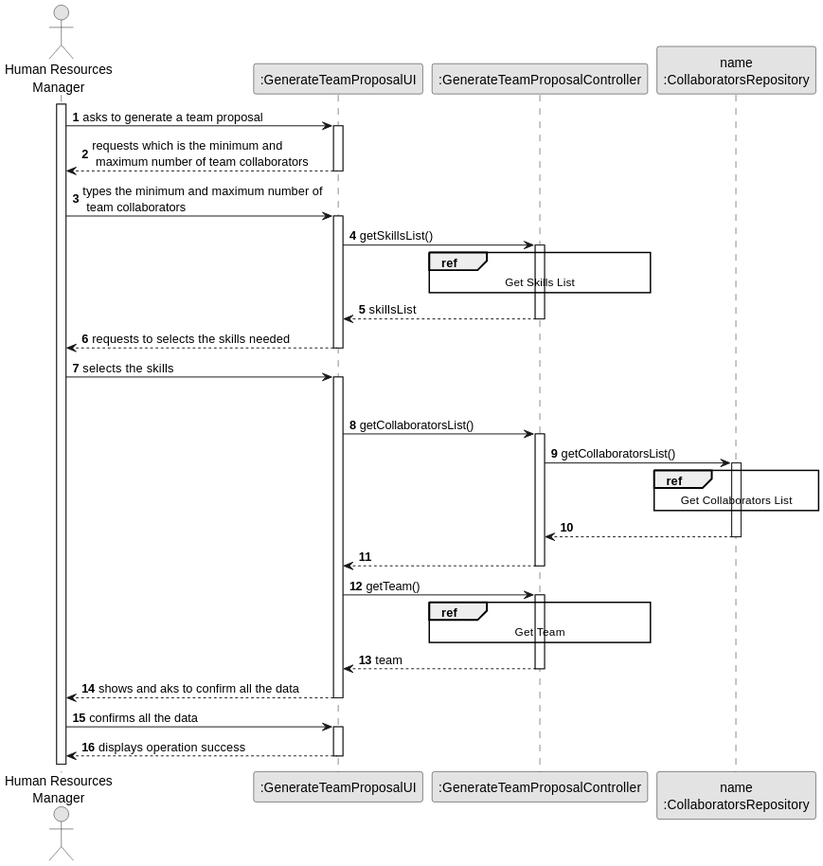
Above: docs/sprint2/us005/03.design/svg/us005-sequence-diagram-split.svg in 1231360-ISEP/lei-24-s2-1db-g021 (PlantUML), before the change.
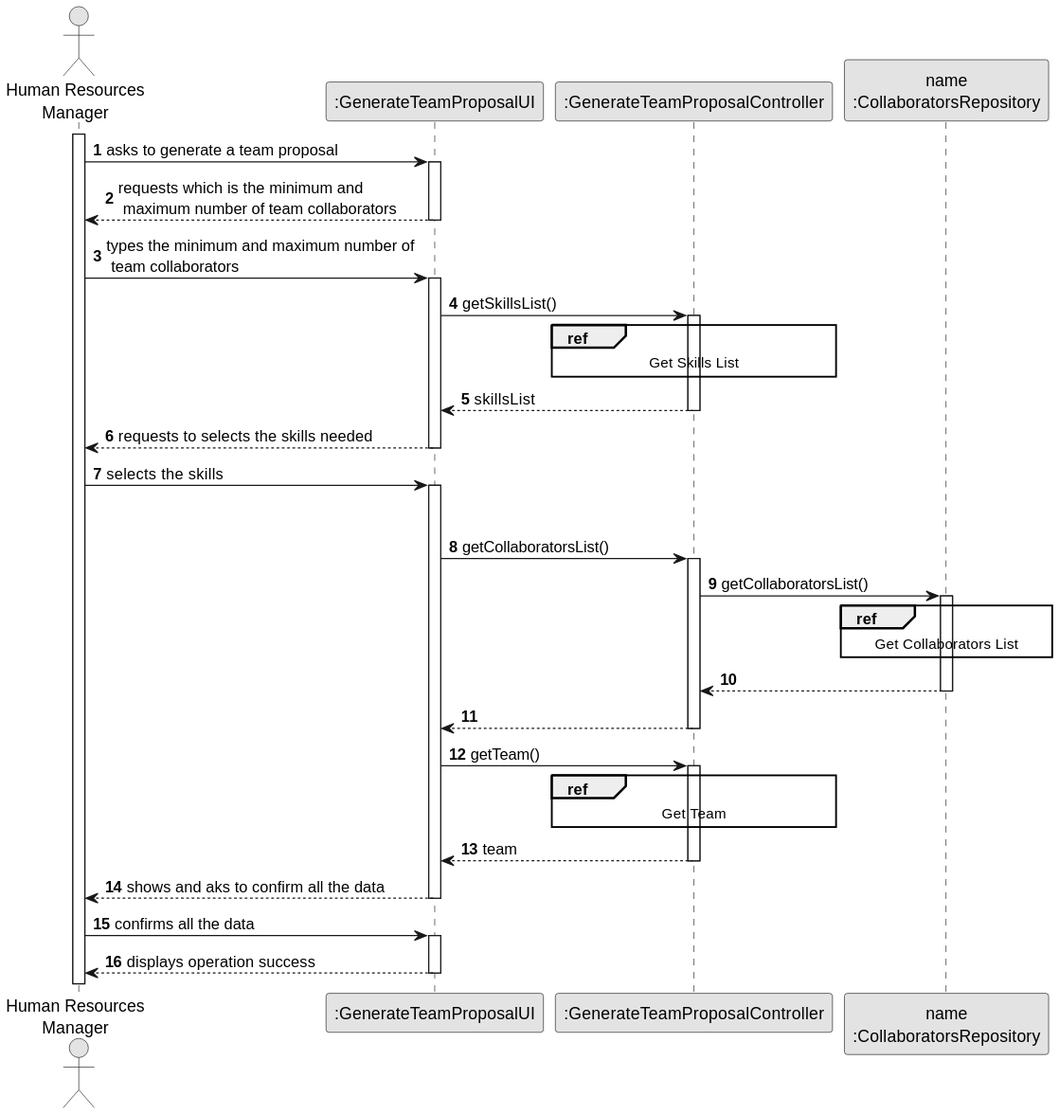
Later version of the same file.

Change to the diagram source:
```diff
@@ -52,22 +52,18 @@
         Get Collaborators List
     end ref
 
-
-CollaboratorsRepository --> CTRL:
+CollaboratorsRepository --> CTRL
 deactivate CollaboratorsRepository
 
-
-CTRL --> UI :
+CTRL --> UI
 deactivate CTRL
 
-UI -> CTRL: getTeam()
-
+    UI -> CTRL: getTeam()
 activate CTRL
 
-ref over CTRL
-    Get Team
-end ref
-
+    ref over CTRL
+        Get Team
+    end ref
 
 CTRL --> UI : team
 deactivate CTRL
```
